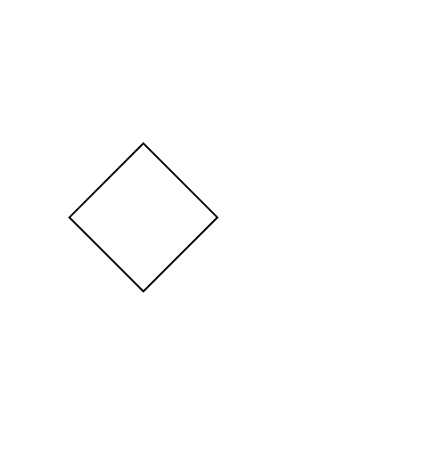
The draw.io diagram Piano flowchart.drawio in lauraelizagreen/Piano, before the edit. Source tidied: cells renumbered, new cells numbered last; positions are measured from the earlier drawing's top-left corner, leaving out a move shared by most shapes. Both pictures are drawn from the tidied source at 185%, with x=0, y=0 at pixel (68, 142).
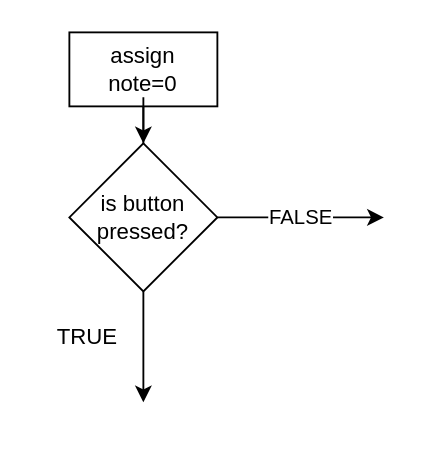
After the change.

What changed in the source:
```diff
@@
 <mxGraphModel>
   <root>
     <mxCell id="0" />
     <mxCell id="1" parent="0" />
+    <mxCell id="3" style="edgeStyle=orthogonalEdgeStyle;rounded=0;orthogonalLoop=1;jettySize=auto;html=1;exitX=1;exitY=0.75;exitDx=0;exitDy=0;entryX=1;entryY=0.75;entryDx=0;entryDy=0;" parent="1" edge="1" source="6" target="6">
+      <mxGeometry relative="1" as="geometry" />
+    </mxCell>
+    <mxCell id="4" style="rounded=0;whiteSpace=wrap;html=1;" parent="1" vertex="1">
+      <mxGeometry y="-60" width="80" height="40" as="geometry" />
+    </mxCell>
+    <mxCell id="5" style="edgeStyle=orthogonalEdgeStyle;rounded=0;jettySize=auto;html=1;" parent="1" edge="1" source="2">
+      <mxGeometry relative="1" as="geometry">
+        <mxPoint x="40" y="30" as="targetPoint" />
+      </mxGeometry>
+    </mxCell>
+    <mxCell id="6" value="assign note=0" style="text;strokeColor=none;align=center;fillColor=none;html=1;verticalAlign=middle;whiteSpace=wrap;rounded=0;" parent="1" vertex="1">
+      <mxGeometry x="10" y="-55" width="60" height="30" as="geometry" />
+    </mxCell>
+    <mxCell id="7" style="edgeStyle=orthogonalEdgeStyle;rounded=0;jettySize=auto;html=1;" parent="1" edge="1" source="6" target="2">
+      <mxGeometry relative="1" as="geometry" />
+    </mxCell>
+    <mxCell id="8" style="edgeStyle=orthogonalEdgeStyle;rounded=0;jettySize=auto;html=1;exitX=0.5;exitY=1;exitDx=0;exitDy=0;" parent="1" edge="1" source="2">
+      <mxGeometry relative="1" as="geometry">
+        <mxPoint x="40" y="140" as="targetPoint" />
+      </mxGeometry>
+    </mxCell>
+    <mxCell id="9" value="FALSE" style="edgeStyle=orthogonalEdgeStyle;rounded=0;jettySize=auto;html=1;exitX=1;exitY=0.5;exitDx=0;exitDy=0;" parent="1" edge="1" source="2">
+      <mxGeometry relative="1" as="geometry">
+        <mxPoint x="170" y="40" as="targetPoint" />
+      </mxGeometry>
+    </mxCell>
     <mxCell id="2" style="rhombus;whiteSpace=wrap;html=1;" parent="1" vertex="1">
       <mxGeometry width="80" height="80" as="geometry" />
     </mxCell>
+    <mxCell id="10" value="is button pressed?" style="text;strokeColor=none;align=center;fillColor=none;html=1;verticalAlign=middle;whiteSpace=wrap;rounded=0;" parent="1" vertex="1">
+      <mxGeometry x="20" y="20" width="40" height="40" as="geometry" />
+    </mxCell>
+    <mxCell id="11" value="TRUE" style="text;strokeColor=none;align=center;fillColor=none;html=1;verticalAlign=middle;whiteSpace=wrap;rounded=0;" parent="1" vertex="1">
+      <mxGeometry x="-20" y="90" width="60" height="30" as="geometry" />
+    </mxCell>
   </root>
 </mxGraphModel>
```
